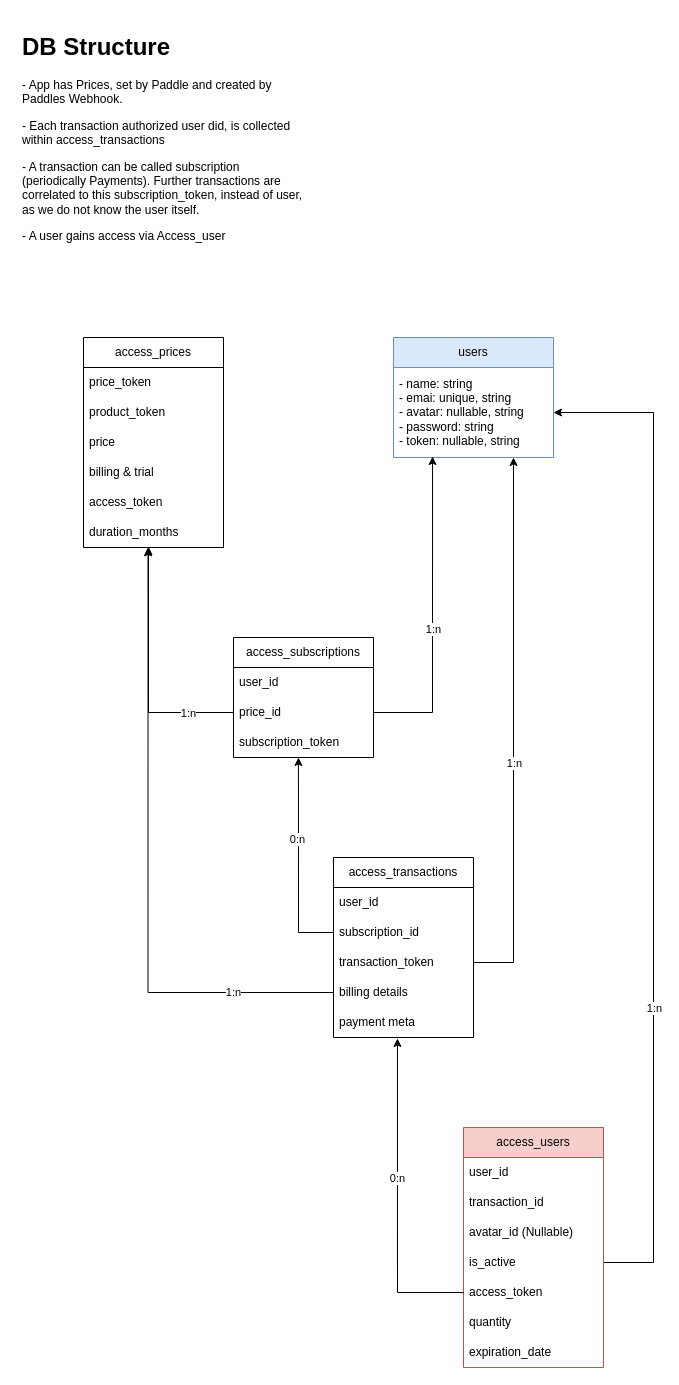
This is page "DB Schema" (1 of 5) of docs/Features/02 - Useraccess.drawio from CarlsonBuma/laravel-quasar-template, a draw.io file, before an edit. Source tidied: cells renumbered, new cells numbered last; positions are measured from the earlier drawing's top-left corner, leaving out a move shared by most shapes. Both pictures are drawn from the tidied source at 100%, with x=0, y=0 at pixel (17, 27).
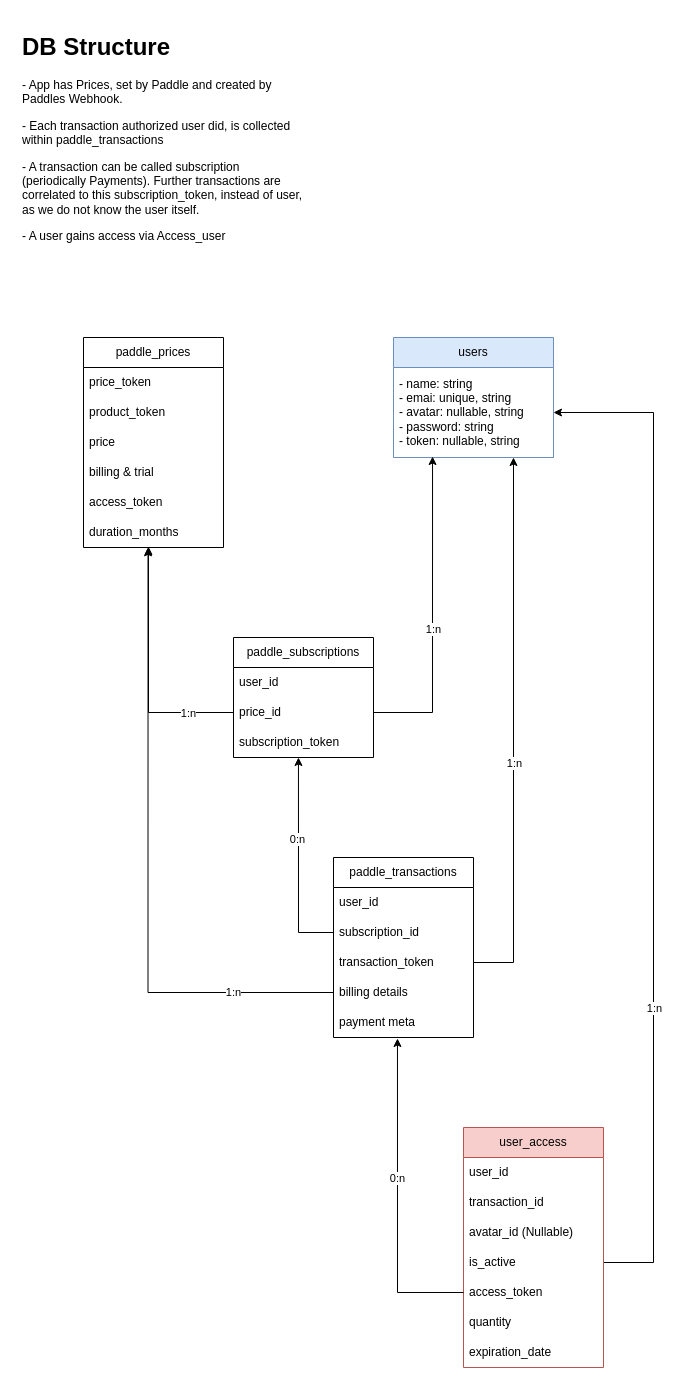
After the change.

Change to the diagram source:
```diff
@@
-    <mxCell id="4" value="access_prices" style="swimlane;fontStyle=0;horizontal=1;startSize=30;whiteSpace=wrap;html=1;" parent="1" vertex="1">
+    <mxCell id="4" value="paddle_prices" style="swimlane;fontStyle=0;horizontal=1;startSize=30;whiteSpace=wrap;html=1;" parent="1" vertex="1">
       <mxGeometry x="66" y="310" width="140" height="210" as="geometry" />
     </mxCell>
@@
-    <mxCell id="13" value="access_subscriptions" style="swimlane;fontStyle=0;horizontal=1;startSize=30;whiteSpace=wrap;html=1;" parent="1" vertex="1">
+    <mxCell id="13" value="paddle_subscriptions" style="swimlane;fontStyle=0;horizontal=1;startSize=30;whiteSpace=wrap;html=1;" parent="1" vertex="1">
       <mxGeometry x="216" y="610" width="140" height="120" as="geometry" />
     </mxCell>
@@
-    <mxCell id="19" value="access_transactions" style="swimlane;fontStyle=0;horizontal=1;startSize=30;whiteSpace=wrap;html=1;" parent="1" vertex="1">
+    <mxCell id="19" value="paddle_transactions" style="swimlane;fontStyle=0;horizontal=1;startSize=30;whiteSpace=wrap;html=1;" parent="1" vertex="1">
       <mxGeometry x="316" y="830" width="140" height="180" as="geometry" />
     </mxCell>
@@
-    <mxCell id="31" value="access_users" style="swimlane;fontStyle=0;horizontal=1;startSize=30;whiteSpace=wrap;html=1;fillColor=#f8cecc;strokeColor=#b85450;" parent="1" vertex="1">
+    <mxCell id="31" value="user_access" style="swimlane;fontStyle=0;horizontal=1;startSize=30;whiteSpace=wrap;html=1;fillColor=#f8cecc;strokeColor=#b85450;" parent="1" vertex="1">
       <mxGeometry x="446" y="1100" width="140" height="240" as="geometry" />
     </mxCell>
@@
-    <mxCell id="41" value="&lt;h1&gt;DB Structure&lt;/h1&gt;&lt;p&gt;- App has Prices, set by Paddle and created by Paddles Webhook.&lt;span style=&quot;background-color: initial;&quot;&gt;&amp;nbsp;&lt;/span&gt;&lt;/p&gt;&lt;p&gt;- Each transaction authorized user did, is collected within access_transactions&lt;/p&gt;&lt;p&gt;- A transaction can be called subscription (periodically Payments). Further transactions are correlated to this subscription_token, instead of user, as we do not know the user itself.&lt;/p&gt;&lt;p&gt;- A user gains access via Access_user&lt;/p&gt;" style="text;html=1;strokeColor=none;fillColor=none;spacing=5;spacingTop=-20;whiteSpace=wrap;overflow=hidden;rounded=0;" parent="1" vertex="1">
+    <mxCell id="41" value="&lt;h1&gt;DB Structure&lt;/h1&gt;&lt;p&gt;- App has Prices, set by Paddle and created by Paddles Webhook.&lt;span style=&quot;background-color: initial;&quot;&gt;&amp;nbsp;&lt;/span&gt;&lt;/p&gt;&lt;p&gt;- Each transaction authorized user did, is collected within paddle_transactions&lt;/p&gt;&lt;p&gt;- A transaction can be called subscription (periodically Payments). Further transactions are correlated to this subscription_token, instead of user, as we do not know the user itself.&lt;/p&gt;&lt;p&gt;- A user gains access via Access_user&lt;/p&gt;" style="text;html=1;strokeColor=none;fillColor=none;spacing=5;spacingTop=-20;whiteSpace=wrap;overflow=hidden;rounded=0;" parent="1" vertex="1">
       <mxGeometry width="290" height="255" as="geometry" />
     </mxCell>
```
